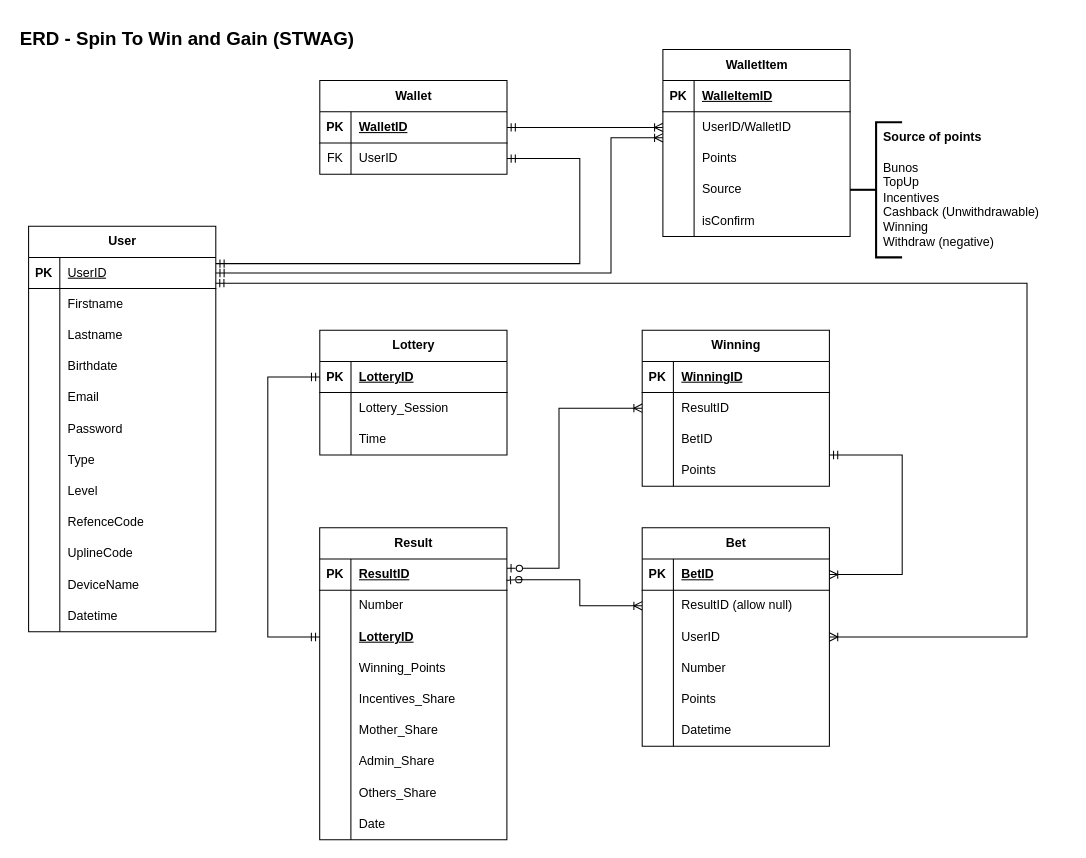
Before: STWAG.drawio in ediangca/STWAG, a draw.io diagram. Source tidied: cells renumbered, new cells numbered last; positions are measured from the earlier drawing's top-left corner, leaving out a move shared by most shapes. Both pictures are drawn from the tidied source at 104%, with x=0, y=0 at pixel (18, 18).
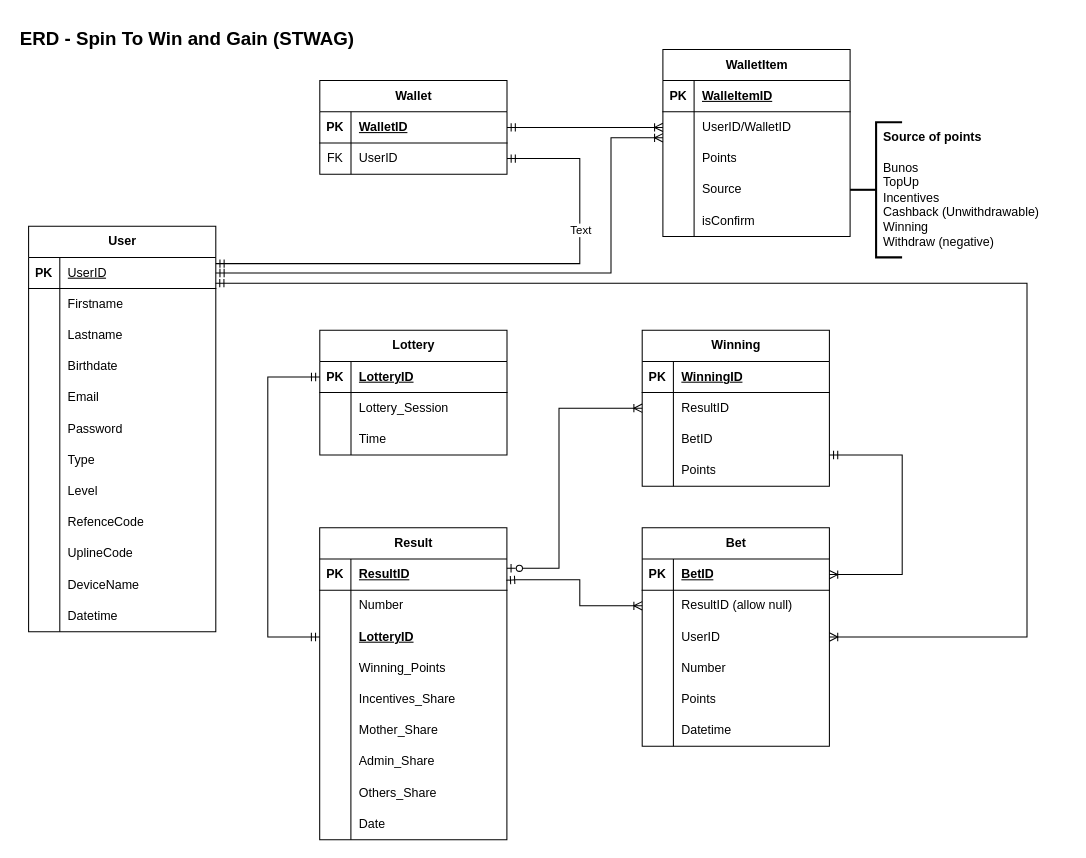
The same page after the edit.

The change refers to these unchanged cells:
```xml
<mxCell id="10" style="edgeStyle=orthogonalEdgeStyle;fontSize=12;html=1;endArrow=ERmandOne;startArrow=ERmandOne;rounded=0;fontFamily=Helvetica;fontColor=default;fontStyle=1;exitX=1;exitY=0.5;exitDx=0;exitDy=0;endFill=0;startFill=0;" parent="1" edge="1" source="7" target="13">
  <mxGeometry relative="1" as="geometry">
    <Array as="points">
      <mxPoint x="540" y="135" />
      <mxPoint x="540" y="236" />
    </Array>
  </mxGeometry>
</mxCell>
<mxCell id="50" style="shape=tableRow;horizontal=0;startSize=0;swimlaneHead=0;swimlaneBody=0;fillColor=none;points=[[0,0.5],[1,0.5]];portConstraint=eastwest;top=0;left=0;right=0;bottom=1;" parent="49" vertex="1">
  <mxGeometry y="30" width="180" height="30" as="geometry" />
</mxCell>
<mxCell id="106" style="shape=tableRow;horizontal=0;startSize=0;swimlaneHead=0;swimlaneBody=0;fillColor=none;points=[[0,0.5],[1,0.5]];portConstraint=eastwest;top=0;left=0;right=0;bottom=0;" parent="102" vertex="1">
  <mxGeometry y="60" width="180" height="30" as="geometry" />
</mxCell>
```

Change to the diagram source:
```diff
@@
+    <mxCell id="145" value="Text" style="edgeLabel;html=1;align=center;verticalAlign=middle;" parent="10" vertex="1">
+      <mxGeometry x="-0.47" relative="1" as="geometry" />
+    </mxCell>
@@
-    <mxCell id="121" style="edgeStyle=orthogonalEdgeStyle;fontSize=12;html=1;endArrow=ERzeroToOne;startArrow=ERoneToMany;rounded=0;fontFamily=Helvetica;fontColor=default;fontStyle=1;endFill=0;entryX=0.997;entryY=0.681;entryDx=0;entryDy=0;startFill=0;entryPerimeter=0;exitX=0;exitY=0.5;exitDx=0;exitDy=0;" parent="1" edge="1" source="106" target="50">
+    <mxCell id="121" style="edgeStyle=orthogonalEdgeStyle;fontSize=12;html=1;endArrow=ERmandOne;startArrow=ERoneToMany;rounded=0;fontFamily=Helvetica;fontColor=default;fontStyle=1;endFill=0;entryX=0.997;entryY=0.681;entryDx=0;entryDy=0;startFill=0;entryPerimeter=0;exitX=0;exitY=0.5;exitDx=0;exitDy=0;" parent="1" edge="1" source="106" target="50">
       <mxGeometry relative="1" as="geometry">
         <Array as="points">
           <mxPoint x="540" y="565" />
           <mxPoint x="540" y="540" />
           <mxPoint x="479" y="540" />
         </Array>
       </mxGeometry>
     </mxCell>
```
